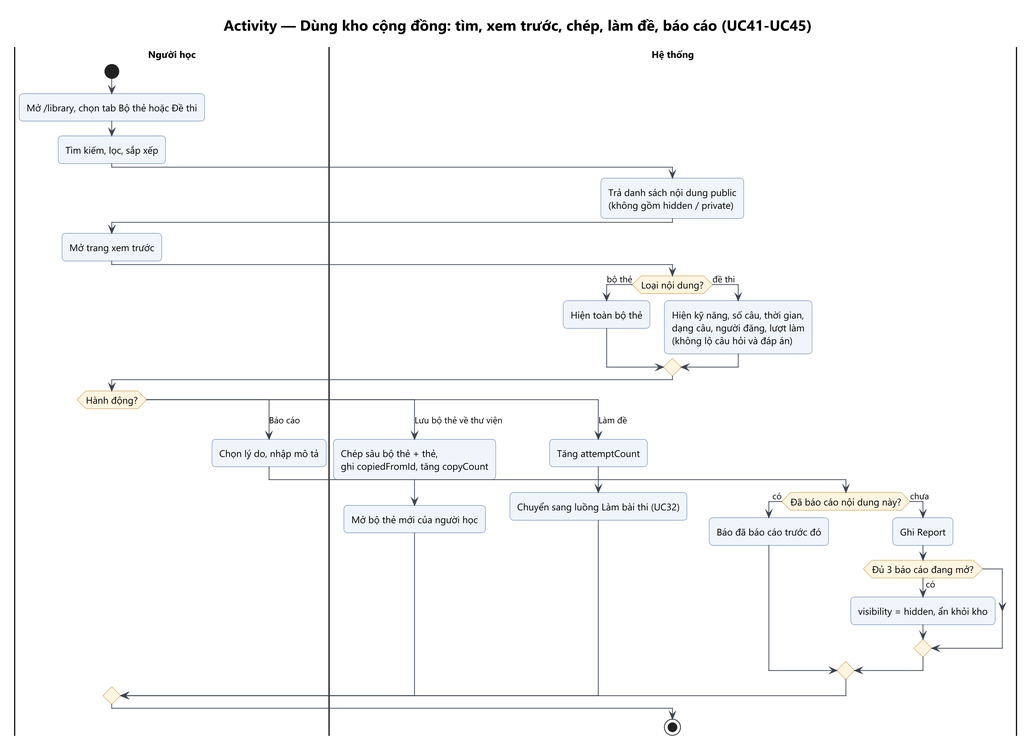
Above: Analysis_Design/03_Activity/act-08-dung-kho.png in Ac-2836/WebDev-FinalProject-LinMaster (PlantUML), before the change. Its diagram source:
```plantuml
@startuml act-08-dung-kho
!include ../_style.iuml
title Activity — Dùng kho cộng đồng: tìm, xem trước, chép, làm đề, báo cáo (UC41-UC45)
|Người học|
start
:Mở /library, chọn tab Bộ thẻ hoặc Đề thi;
:Tìm kiếm, lọc, sắp xếp;
|Hệ thống|
:Trả danh sách nội dung public
(không gồm hidden / private);
|Người học|
:Mở trang xem trước;
|Hệ thống|
if (Loại nội dung?) then (bộ thẻ)
  :Hiện toàn bộ thẻ;
else (đề thi)
  :Hiện kỹ năng, số câu, thời gian,
  dạng câu, người đăng, lượt làm
  (không lộ câu hỏi và đáp án);
endif
|Người học|
switch (Hành động?)
case (Lưu bộ thẻ về thư viện)
  |Hệ thống|
  :Chép sâu bộ thẻ + thẻ,
  ghi copiedFromId, tăng copyCount;
  :Mở bộ thẻ mới của người học;
case (Làm đề)
  |Hệ thống|
  :Tăng attemptCount;
  :Chuyển sang luồng Làm bài thi (UC32);
case (Báo cáo)
  |Người học|
  :Chọn lý do, nhập mô tả;
  |Hệ thống|
  if (Đã báo cáo nội dung này?) then (có)
    :Báo đã báo cáo trước đó;
  else (chưa)
    :Ghi Report;
    if (Đủ 3 báo cáo đang mở?) then (có)
      :visibility = hidden, ẩn khỏi kho;
    endif
  endif
endswitch
stop
@enduml
```
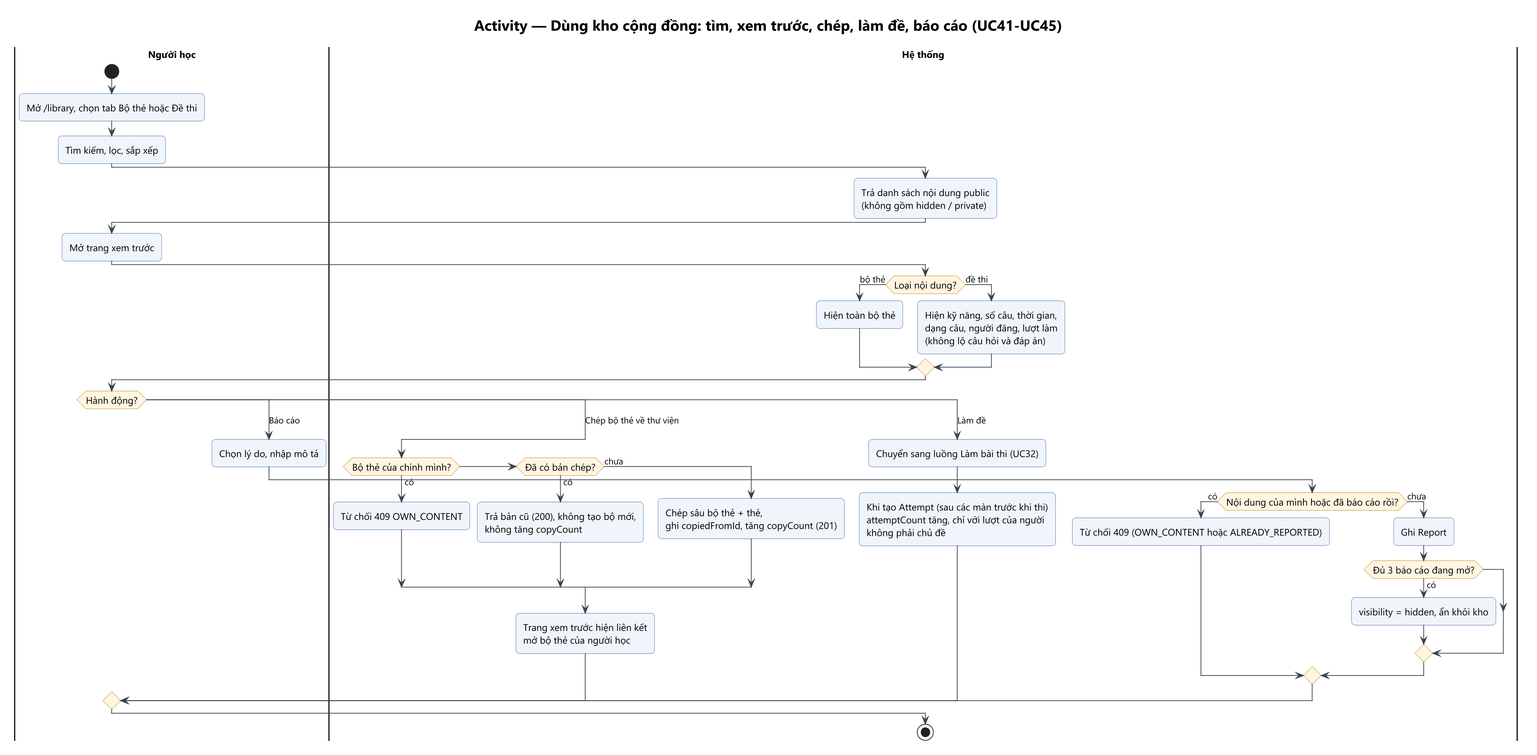
After the change.

Change to the diagram source:
```diff
@@ -20,21 +20,31 @@
 endif
 |Người học|
 switch (Hành động?)
-case (Lưu bộ thẻ về thư viện)
+case (Chép bộ thẻ về thư viện)
   |Hệ thống|
-  :Chép sâu bộ thẻ + thẻ,
-  ghi copiedFromId, tăng copyCount;
-  :Mở bộ thẻ mới của người học;
+  if (Bộ thẻ của chính mình?) then (có)
+    :Từ chối 409 OWN_CONTENT;
+  elseif (Đã có bản chép?) then (có)
+    :Trả bản cũ (200), không tạo bộ mới,
+    không tăng copyCount;
+  else (chưa)
+    :Chép sâu bộ thẻ + thẻ,
+    ghi copiedFromId, tăng copyCount (201);
+  endif
+  :Trang xem trước hiện liên kết
+  mở bộ thẻ của người học;
 case (Làm đề)
   |Hệ thống|
-  :Tăng attemptCount;
   :Chuyển sang luồng Làm bài thi (UC32);
+  :Khi tạo Attempt (sau các màn trước khi thi)
+  attemptCount tăng, chỉ với lượt của người
+  không phải chủ đề;
 case (Báo cáo)
   |Người học|
   :Chọn lý do, nhập mô tả;
   |Hệ thống|
-  if (Đã báo cáo nội dung này?) then (có)
-    :Báo đã báo cáo trước đó;
+  if (Nội dung của mình hoặc đã báo cáo rồi?) then (có)
+    :Từ chối 409 (OWN_CONTENT hoặc ALREADY_REPORTED);
   else (chưa)
     :Ghi Report;
     if (Đủ 3 báo cáo đang mở?) then (có)
```
